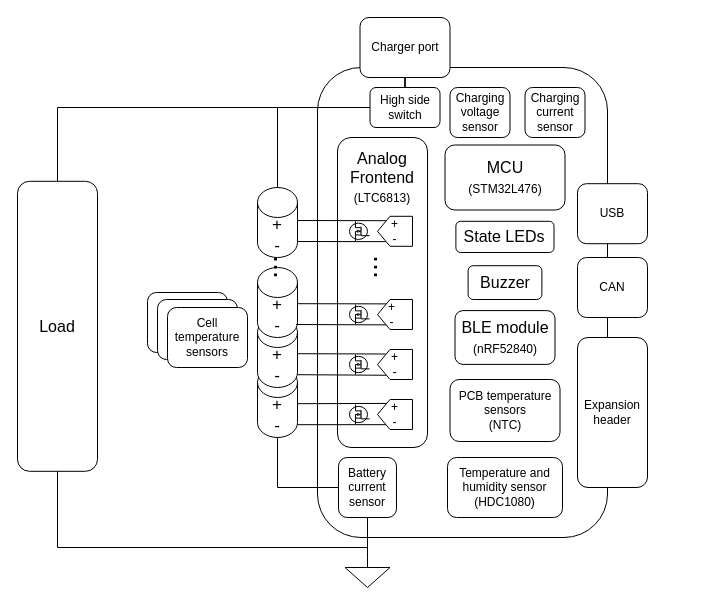
G-Pereira/greenmobi-bms keeps this draw.io diagram as docs/block-diagram.drawio. Above is the earlier version. Source tidied: cells renumbered, new cells numbered last; positions are measured from the earlier drawing's top-left corner, leaving out a move shared by most shapes. Both pictures are drawn from the tidied source at 100%, with x=0, y=0 at pixel (17, 17).
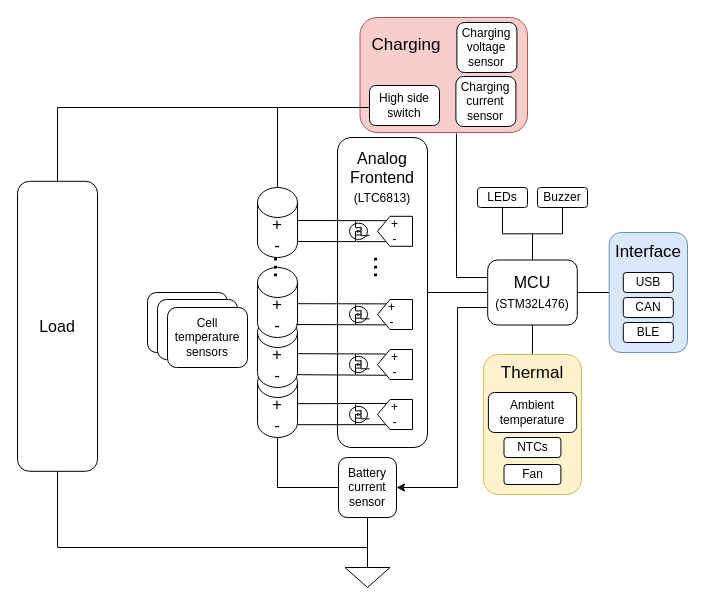
The same page after the edit.

Commit message (it also covers changes not shown here):
Update block diagram

Unchanged cells that the change refers to:
```xml
<mxCell id="8" value="&lt;font style=&quot;font-size: 17px;&quot;&gt;+&lt;br&gt;-&lt;/font&gt;" style="shape=cylinder3;whiteSpace=wrap;html=1;boundedLbl=1;backgroundOutline=1;size=15;" parent="1" vertex="1">
  <mxGeometry x="240" y="170" width="40" height="70" as="geometry" />
</mxCell>
<mxCell id="11" style="rounded=1;whiteSpace=wrap;html=1;fontSize=16;" parent="1" vertex="1">
  <mxGeometry x="320" y="120" width="90" height="310" as="geometry" />
</mxCell>
<mxCell id="36" value="Battery&lt;br&gt;current&lt;br&gt;sensor" style="rounded=1;whiteSpace=wrap;html=1;fontSize=12;fillColor=#ffffff;" parent="1" vertex="1">
  <mxGeometry x="321" y="440" width="58" height="60" as="geometry" />
</mxCell>
<mxCell id="38" style="verticalLabelPosition=bottom;shadow=0;dashed=0;align=center;html=1;verticalAlign=top;shape=mxgraph.electrical.signal_sources.signal_ground;fontSize=12;fillColor=#ffffff;" parent="1" vertex="1">
  <mxGeometry x="327.5" y="540" width="45" height="30" as="geometry" />
</mxCell>
```

What changed in the source:
```diff
@@
+    <mxCell id="56" style="group;" parent="1" vertex="1">
+      <mxGeometry x="342.5" width="167.5" height="115" as="geometry" />
+    </mxCell>
+    <mxCell id="57" value="&amp;nbsp; Charging&lt;br&gt;&lt;br&gt;&lt;br&gt;&lt;br&gt;" style="rounded=1;whiteSpace=wrap;html=1;fontSize=17;align=left;fillColor=#f8cecc;strokeColor=#b85450;" parent="56" vertex="1">
+      <mxGeometry width="167.5" height="115" as="geometry" />
+    </mxCell>
+    <mxCell id="52" value="Charging current sensor" style="rounded=1;whiteSpace=wrap;html=1;" parent="56" vertex="1">
+      <mxGeometry x="95.9" y="59" width="60" height="50" as="geometry" />
+    </mxCell>
+    <mxCell id="50" value="Charging voltage sensor" style="rounded=1;whiteSpace=wrap;html=1;" parent="56" vertex="1">
+      <mxGeometry x="96.9" y="5" width="60" height="50" as="geometry" />
+    </mxCell>
+    <mxCell id="45" value="High side switch" style="rounded=1;whiteSpace=wrap;html=1;fontSize=12;" parent="56" vertex="1">
+      <mxGeometry x="9.5" y="68" width="70" height="40" as="geometry" />
+    </mxCell>
@@
-    <mxCell id="9" style="rounded=1;whiteSpace=wrap;html=1;fontSize=17;" parent="1" vertex="1">
-      <mxGeometry x="300" y="50" width="290" height="470" as="geometry" />
-    </mxCell>
+    <mxCell id="58" style="edgeStyle=orthogonalEdgeStyle;rounded=0;jettySize=auto;html=1;entryX=0.5;entryY=1;entryDx=0;entryDy=0;endArrow=none;endFill=0;" parent="1" edge="1" source="10" target="55">
+      <mxGeometry relative="1" as="geometry" />
+    </mxCell>
+    <mxCell id="59" style="edgeStyle=orthogonalEdgeStyle;rounded=0;jettySize=auto;html=1;endArrow=none;endFill=0;" parent="1" edge="1" source="10" target="54">
+      <mxGeometry relative="1" as="geometry" />
+    </mxCell>
+    <mxCell id="60" style="edgeStyle=orthogonalEdgeStyle;rounded=0;jettySize=auto;html=1;endArrow=none;endFill=0;" parent="1" edge="1" source="10" target="68">
+      <mxGeometry relative="1" as="geometry" />
+    </mxCell>
+    <mxCell id="61" style="edgeStyle=orthogonalEdgeStyle;rounded=0;jettySize=auto;html=1;endArrow=none;endFill=0;" parent="1" edge="1" source="10" target="66">
+      <mxGeometry relative="1" as="geometry" />
+    </mxCell>
+    <mxCell id="62" style="edgeStyle=orthogonalEdgeStyle;rounded=0;jettySize=auto;html=1;endArrow=none;endFill=0;" parent="1" edge="1" source="10" target="11">
+      <mxGeometry relative="1" as="geometry" />
+    </mxCell>
+    <mxCell id="63" style="edgeStyle=orthogonalEdgeStyle;rounded=0;jettySize=auto;html=1;entryX=0.576;entryY=1.009;entryDx=0;entryDy=0;entryPerimeter=0;endArrow=none;endFill=0;" parent="1" edge="1" source="10" target="57">
+      <mxGeometry relative="1" as="geometry">
+        <Array as="points">
+          <mxPoint x="439" y="260" />
+        </Array>
+      </mxGeometry>
+    </mxCell>
+    <mxCell id="64" style="edgeStyle=orthogonalEdgeStyle;rounded=0;jettySize=auto;html=1;" parent="1" edge="1" source="10" target="36">
+      <mxGeometry relative="1" as="geometry">
+        <Array as="points">
+          <mxPoint x="440" y="290" />
+          <mxPoint x="440" y="470" />
+        </Array>
+      </mxGeometry>
+    </mxCell>
     <mxCell id="10" value="MCU&lt;br&gt;&lt;font style=&quot;font-size: 12px;&quot;&gt;(STM32L476)&lt;/font&gt;" style="rounded=1;whiteSpace=wrap;html=1;fontSize=16;" parent="1" vertex="1">
-      <mxGeometry x="427.5" y="127.5" width="120" height="65" as="geometry" />
+      <mxGeometry x="470.2" y="242.5" width="89.6" height="65" as="geometry" />
     </mxCell>
@@
-    <mxCell id="34" value="Temperature and humidity sensor&lt;br&gt;(HDC1080)" style="rounded=1;whiteSpace=wrap;html=1;fontSize=12;fillColor=#ffffff;" parent="1" vertex="1">
-      <mxGeometry x="430" y="440" width="115" height="60" as="geometry" />
-    </mxCell>
@@
+    <mxCell id="46" style="edgeStyle=orthogonalEdgeStyle;rounded=0;jettySize=auto;html=1;exitX=0.5;exitY=0;exitDx=0;exitDy=0;fontSize=16;endArrow=none;endFill=0;" parent="1" edge="1" source="48">
+      <mxGeometry relative="1" as="geometry">
+        <mxPoint x="260" y="90" as="targetPoint" />
+        <Array as="points">
+          <mxPoint x="40" y="90" />
+        </Array>
+      </mxGeometry>
+    </mxCell>
+    <mxCell id="47" style="edgeStyle=orthogonalEdgeStyle;rounded=0;jettySize=auto;html=1;fontSize=16;endArrow=none;endFill=0;entryX=0.5;entryY=0;entryDx=0;entryDy=0;entryPerimeter=0;" parent="1" edge="1" source="48" target="38">
+      <mxGeometry relative="1" as="geometry">
+        <Array as="points">
+          <mxPoint x="40" y="530" />
+          <mxPoint x="350" y="530" />
+        </Array>
+      </mxGeometry>
+    </mxCell>
+    <mxCell id="48" value="Load" style="rounded=1;whiteSpace=wrap;html=1;fontSize=16;" parent="1" vertex="1">
+      <mxGeometry y="163.8" width="80" height="290" as="geometry" />
+    </mxCell>
+    <mxCell id="54" value="Buzzer" style="rounded=1;whiteSpace=wrap;html=1;fontSize=12;" parent="1" vertex="1">
+      <mxGeometry x="520" y="170" width="50" height="20" as="geometry" />
+    </mxCell>
+    <mxCell id="55" value="LEDs" style="rounded=1;whiteSpace=wrap;html=1;fontSize=12;" parent="1" vertex="1">
+      <mxGeometry x="460" y="170" width="50" height="20" as="geometry" />
+    </mxCell>
+    <mxCell id="43" style="edgeStyle=orthogonalEdgeStyle;rounded=0;jettySize=auto;html=1;fontSize=12;endArrow=none;endFill=0;" parent="1" edge="1" source="8" target="45">
+      <mxGeometry relative="1" as="geometry">
+        <Array as="points">
+          <mxPoint x="260" y="90" />
+        </Array>
+      </mxGeometry>
+    </mxCell>
+    <mxCell id="65" style="group;" parent="1" vertex="1">
+      <mxGeometry x="465.9" y="337" width="98.1" height="140" as="geometry" />
+    </mxCell>
+    <mxCell id="66" value="&lt;div style=&quot;&quot;&gt;&lt;span style=&quot;background-color: initial;&quot;&gt;Thermal&lt;/span&gt;&lt;/div&gt;&lt;br&gt;&lt;br&gt;&lt;br&gt;&lt;br&gt;&lt;br&gt;" style="rounded=1;whiteSpace=wrap;html=1;fontSize=17;align=center;fillColor=#fff2cc;strokeColor=#d6b656;" parent="65" vertex="1">
+      <mxGeometry width="98.1" height="140" as="geometry" />
+    </mxCell>
+    <mxCell id="51" value="NTCs" style="rounded=1;whiteSpace=wrap;html=1;fontSize=12;fillColor=#ffffff;" parent="65" vertex="1">
+      <mxGeometry x="20.6" y="83" width="56.9" height="20" as="geometry" />
+    </mxCell>
+    <mxCell id="34" value="Ambient temperature" style="rounded=1;whiteSpace=wrap;html=1;fontSize=12;fillColor=#ffffff;" parent="65" vertex="1">
+      <mxGeometry x="5" y="38" width="88.2" height="40" as="geometry" />
+    </mxCell>
+    <mxCell id="67" value="Fan" style="rounded=1;whiteSpace=wrap;html=1;fontSize=12;fillColor=#ffffff;" parent="65" vertex="1">
+      <mxGeometry x="20.6" y="110" width="56.9" height="20" as="geometry" />
+    </mxCell>
+    <mxCell id="68" value="Interface&lt;br&gt;&lt;br&gt;&lt;br&gt;&lt;br&gt;&lt;br&gt;" style="rounded=1;whiteSpace=wrap;html=1;fontSize=17;align=center;fillColor=#dae8fc;strokeColor=#6c8ebf;" parent="1" vertex="1">
+      <mxGeometry x="591.7" y="215" width="78.3" height="120" as="geometry" />
+    </mxCell>
     <mxCell id="40" value="USB" style="rounded=1;whiteSpace=wrap;html=1;" parent="1" vertex="1">
-      <mxGeometry x="560" y="166.2" width="70" height="60" as="geometry" />
+      <mxGeometry x="605.8" y="255" width="50" height="20" as="geometry" />
     </mxCell>
     <mxCell id="41" value="CAN" style="rounded=1;whiteSpace=wrap;html=1;" parent="1" vertex="1">
-      <mxGeometry x="560" y="240" width="70" height="60" as="geometry" />
+      <mxGeometry x="605.8" y="280" width="50" height="20" as="geometry" />
     </mxCell>
-    <mxCell id="42" value="BLE module&lt;br&gt;&lt;font style=&quot;font-size: 12px;&quot;&gt;(nRF52840)&lt;/font&gt;" style="rounded=1;whiteSpace=wrap;html=1;fontSize=16;" parent="1" vertex="1">
-      <mxGeometry x="437.5" y="293.1" width="100" height="53.8" as="geometry" />
+    <mxCell id="42" value="BLE" style="rounded=1;whiteSpace=wrap;html=1;fontSize=12;" parent="1" vertex="1">
+      <mxGeometry x="605.8" y="305" width="50" height="20" as="geometry" />
     </mxCell>
-    <mxCell id="43" style="edgeStyle=orthogonalEdgeStyle;rounded=0;jettySize=auto;html=1;fontSize=12;endArrow=none;endFill=0;" parent="1" edge="1" source="8" target="45">
-      <mxGeometry relative="1" as="geometry">
-        <Array as="points">
-          <mxPoint x="260" y="90" />
-        </Array>
-      </mxGeometry>
-    </mxCell>
-    <mxCell id="44" style="edgeStyle=orthogonalEdgeStyle;rounded=0;jettySize=auto;html=1;endArrow=none;endFill=0;" parent="1" edge="1" source="45" target="49">
-      <mxGeometry relative="1" as="geometry" />
-    </mxCell>
-    <mxCell id="45" value="High side switch" style="rounded=1;whiteSpace=wrap;html=1;fontSize=12;" parent="1" vertex="1">
-      <mxGeometry x="352.5" y="70" width="70" height="40" as="geometry" />
-    </mxCell>
-    <mxCell id="46" style="edgeStyle=orthogonalEdgeStyle;rounded=0;jettySize=auto;html=1;exitX=0.5;exitY=0;exitDx=0;exitDy=0;fontSize=16;endArrow=none;endFill=0;" parent="1" edge="1" source="48">
-      <mxGeometry relative="1" as="geometry">
-        <mxPoint x="260" y="90" as="targetPoint" />
-        <Array as="points">
-          <mxPoint x="40" y="90" />
-        </Array>
-      </mxGeometry>
-    </mxCell>
-    <mxCell id="47" style="edgeStyle=orthogonalEdgeStyle;rounded=0;jettySize=auto;html=1;fontSize=16;endArrow=none;endFill=0;entryX=0.5;entryY=0;entryDx=0;entryDy=0;entryPerimeter=0;" parent="1" edge="1" source="48" target="38">
-      <mxGeometry relative="1" as="geometry">
-        <Array as="points">
-          <mxPoint x="40" y="530" />
-          <mxPoint x="350" y="530" />
-        </Array>
-      </mxGeometry>
-    </mxCell>
-    <mxCell id="48" value="Load" style="rounded=1;whiteSpace=wrap;html=1;fontSize=16;" parent="1" vertex="1">
-      <mxGeometry y="163.8" width="80" height="290" as="geometry" />
-    </mxCell>
-    <mxCell id="49" value="Charger port" style="rounded=1;whiteSpace=wrap;html=1;" parent="1" vertex="1">
-      <mxGeometry x="342.5" width="90" height="60" as="geometry" />
-    </mxCell>
-    <mxCell id="50" value="Charging voltage sensor" style="rounded=1;whiteSpace=wrap;html=1;" parent="1" vertex="1">
-      <mxGeometry x="432.5" y="70" width="60" height="50" as="geometry" />
-    </mxCell>
-    <mxCell id="51" value="PCB temperature sensors&lt;br&gt;(NTC)" style="rounded=1;whiteSpace=wrap;html=1;fontSize=12;fillColor=#ffffff;" parent="1" vertex="1">
-      <mxGeometry x="432.5" y="362" width="110" height="62" as="geometry" />
-    </mxCell>
-    <mxCell id="52" value="Charging current sensor" style="rounded=1;whiteSpace=wrap;html=1;" parent="1" vertex="1">
-      <mxGeometry x="507.5" y="70" width="60" height="50" as="geometry" />
-    </mxCell>
-    <mxCell id="53" value="Expansion header" style="rounded=1;whiteSpace=wrap;html=1;" parent="1" vertex="1">
-      <mxGeometry x="560" y="320" width="70" height="150" as="geometry" />
-    </mxCell>
-    <mxCell id="54" value="Buzzer" style="rounded=1;whiteSpace=wrap;html=1;fontSize=16;" parent="1" vertex="1">
-      <mxGeometry x="450.6" y="248.2" width="73.8" height="33.8" as="geometry" />
-    </mxCell>
-    <mxCell id="55" value="State LEDs" style="rounded=1;whiteSpace=wrap;html=1;fontSize=16;" parent="1" vertex="1">
-      <mxGeometry x="438.4" y="203.8" width="98.1" height="31.2" as="geometry" />
-    </mxCell>
```
